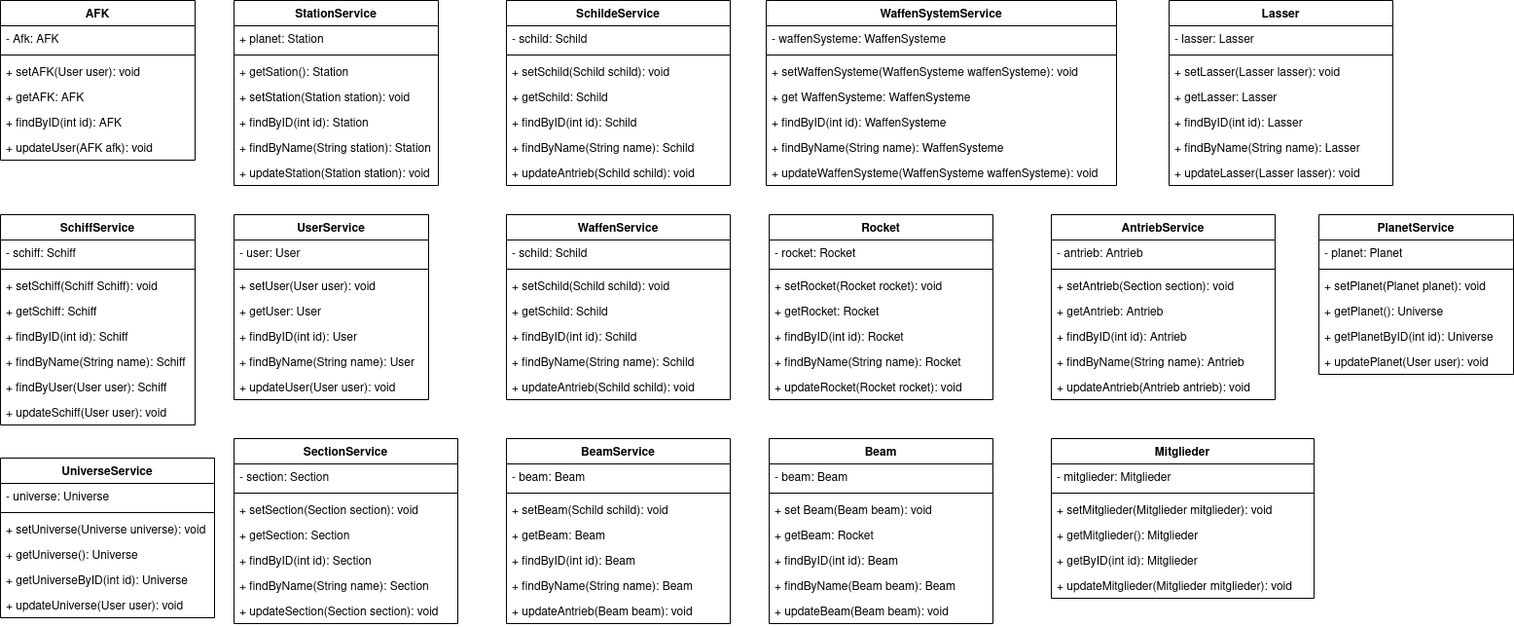
This is docs/Modulsicht_Quellcode/ServicesModel.png from ksreyr/SpaceStudio, a draw.io export, as it was before one commit. Source tidied: cells renumbered, new cells last; positions are measured from the earlier drawing's top-left corner, leaving out a move shared by most shapes.
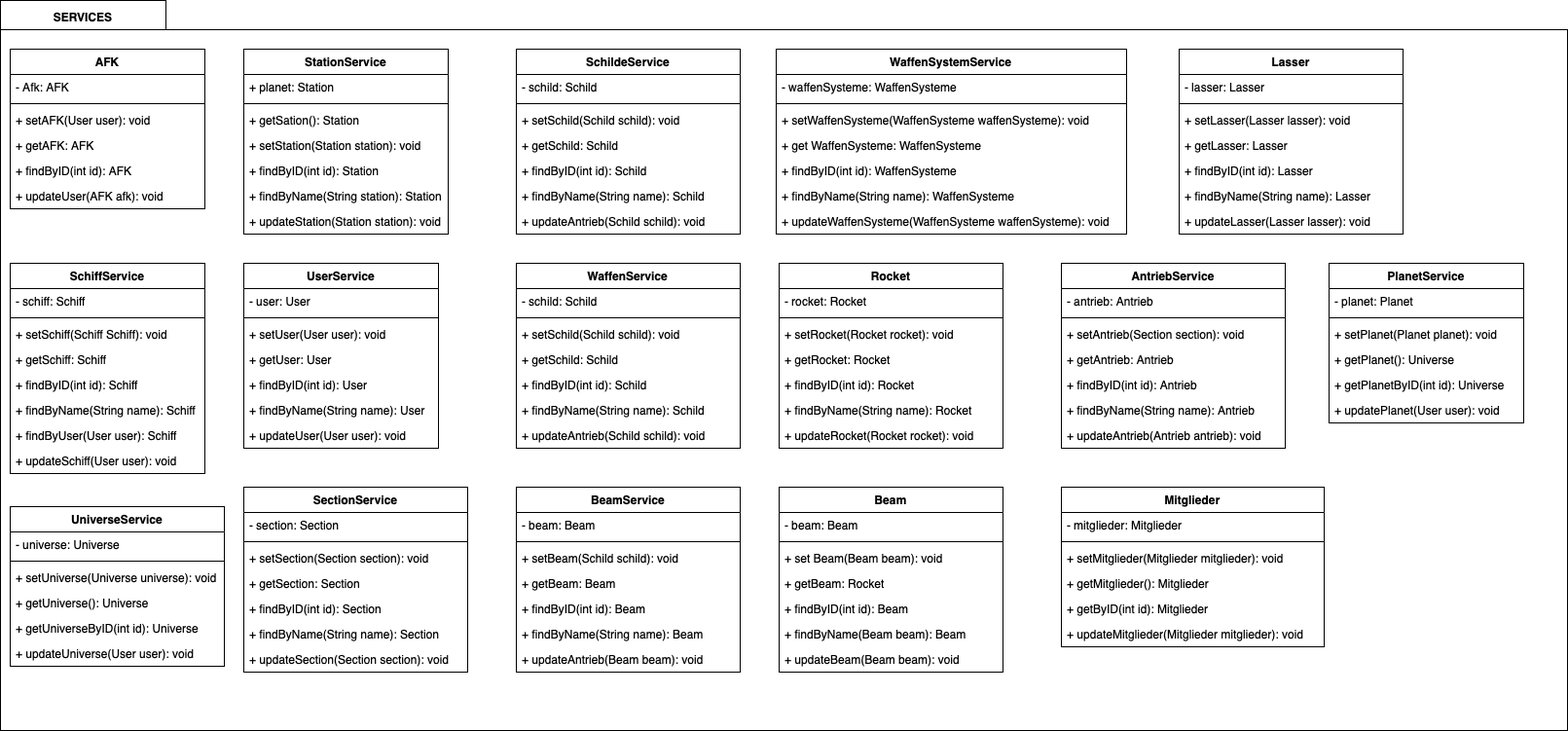
After the change.

Commit message:
Services and Modul Sicht

What changed in the source:
```diff
@@ -2,6 +2,9 @@
   <root>
     <mxCell id="0" />
     <mxCell id="1" parent="0" />
+    <mxCell id="127" style="shape=folder;fontStyle=1;spacingTop=10;tabWidth=170;tabHeight=30;tabPosition=left;html=1;" parent="1" vertex="1">
+      <mxGeometry x="-10" y="-50" width="1610" height="750" as="geometry" />
+    </mxCell>
     <mxCell id="2" value="SchiffService" style="swimlane;fontStyle=1;align=center;verticalAlign=top;horizontal=1;startSize=26;" parent="1" vertex="1">
       <mxGeometry y="220" width="200" height="216" as="geometry" />
     </mxCell>
@@ -377,5 +380,8 @@
     <mxCell id="126" value="+ updateMitglieder(Mitglieder mitglieder): void  " style="text;strokeColor=none;fillColor=none;align=left;verticalAlign=top;spacingLeft=4;spacingRight=4;overflow=hidden;" parent="120" vertex="1">
       <mxGeometry y="138" width="270" height="26" as="geometry" />
     </mxCell>
+    <mxCell id="128" value="&lt;b&gt;SERVICES&lt;/b&gt;" style="text;html=1;strokeColor=none;fillColor=none;align=center;verticalAlign=middle;whiteSpace=wrap;rounded=0;" parent="1" vertex="1">
+      <mxGeometry x="20" y="-43" width="110" height="20" as="geometry" />
+    </mxCell>
   </root>
 </mxGraphModel>
```
